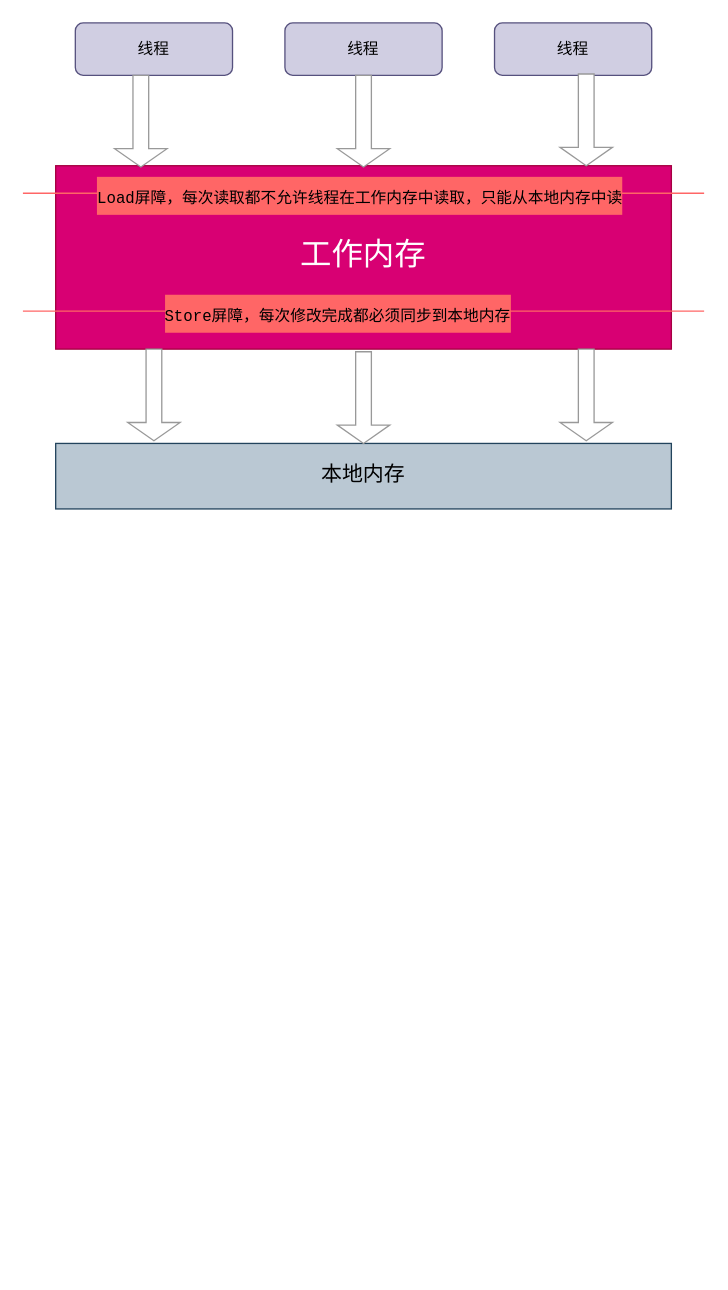
This is java/内存屏障.drawio from Labradors/draw, a draw.io file, before an edit. Source tidied: cells renumbered, new cells numbered last; positions are measured from the earlier drawing's top-left corner, leaving out a move shared by most shapes. Both pictures are drawn from the tidied source at 131%, with x=0, y=0 at pixel (22, 22).
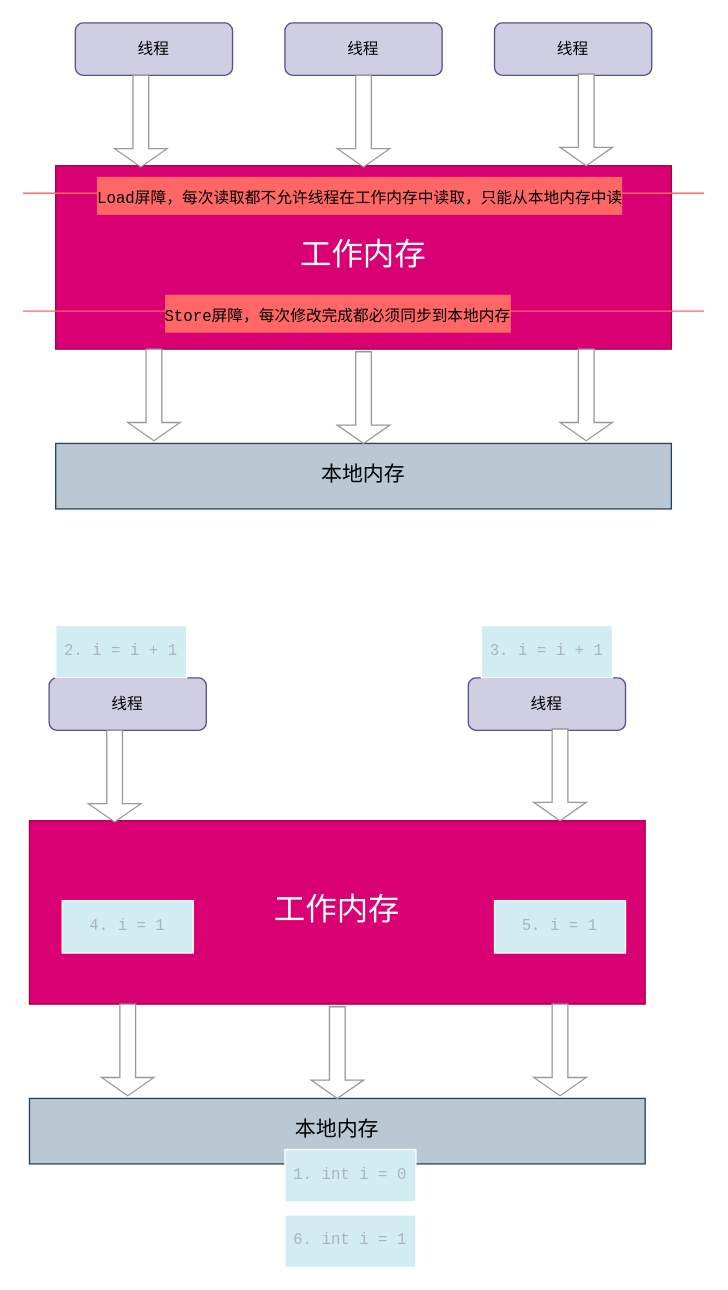
Above is the later version.

Commit message (it also covers changes not shown here):
更新内存屏障.drawio

The edit, as a diff of the source:
```diff
@@
+    <mxCell id="17" value="&lt;font face=&quot;Courier New&quot; style=&quot;font-size: 24px&quot;&gt;工作内存&lt;/font&gt;" style="rounded=0;whiteSpace=wrap;html=1;fillColor=#d80073;strokeColor=#A50040;fontColor=#ffffff;" parent="1" vertex="1">
+      <mxGeometry x="5" y="609" width="470" height="140" as="geometry" />
+    </mxCell>
+    <mxCell id="18" value="&lt;font face=&quot;Courier New&quot;&gt;线程&lt;/font&gt;" style="rounded=1;whiteSpace=wrap;html=1;fillColor=#d0cee2;strokeColor=#56517e;" parent="1" vertex="1">
+      <mxGeometry x="20" y="500" width="120" height="40" as="geometry" />
+    </mxCell>
+    <mxCell id="19" value="&lt;font face=&quot;Courier New&quot;&gt;线程&lt;/font&gt;" style="rounded=1;whiteSpace=wrap;html=1;fillColor=#d0cee2;strokeColor=#56517e;" parent="1" vertex="1">
+      <mxGeometry x="340" y="500" width="120" height="40" as="geometry" />
+    </mxCell>
+    <mxCell id="20" value="&lt;font face=&quot;Courier New&quot; size=&quot;3&quot;&gt;本地内存&lt;/font&gt;" style="rounded=0;whiteSpace=wrap;html=1;fillColor=#bac8d3;strokeColor=#23445d;" parent="1" vertex="1">
+      <mxGeometry x="5" y="821" width="470" height="50" as="geometry" />
+    </mxCell>
+    <mxCell id="21" style="shape=singleArrow;direction=south;whiteSpace=wrap;html=1;fontFamily=Courier New;fontSize=24;strokeColor=#999999;" parent="1" vertex="1">
+      <mxGeometry x="50" y="540" width="40" height="70" as="geometry" />
+    </mxCell>
+    <mxCell id="22" style="shape=singleArrow;direction=south;whiteSpace=wrap;html=1;fontFamily=Courier New;fontSize=24;strokeColor=#999999;" parent="1" vertex="1">
+      <mxGeometry x="390" y="539" width="40" height="70" as="geometry" />
+    </mxCell>
+    <mxCell id="23" style="shape=singleArrow;direction=south;whiteSpace=wrap;html=1;fontFamily=Courier New;fontSize=24;strokeColor=#999999;" parent="1" vertex="1">
+      <mxGeometry x="60" y="749" width="40" height="70" as="geometry" />
+    </mxCell>
+    <mxCell id="24" style="shape=singleArrow;direction=south;whiteSpace=wrap;html=1;fontFamily=Courier New;fontSize=24;strokeColor=#999999;" parent="1" vertex="1">
+      <mxGeometry x="220" y="751" width="40" height="70" as="geometry" />
+    </mxCell>
+    <mxCell id="25" style="shape=singleArrow;direction=south;whiteSpace=wrap;html=1;fontFamily=Courier New;fontSize=24;strokeColor=#999999;" parent="1" vertex="1">
+      <mxGeometry x="390" y="749" width="40" height="70" as="geometry" />
+    </mxCell>
+    <mxCell id="26" value="&lt;font color=&quot;#abb2bf&quot;&gt;1. int i = 0&lt;/font&gt;" style="rounded=0;whiteSpace=wrap;html=1;labelBackgroundColor=#D1EDF1;fontFamily=Courier New;fontSize=12;fontColor=#FFFFFF;strokeColor=#FFFFFF;fillColor=#D1EDF1;" parent="1" vertex="1">
+      <mxGeometry x="200" y="860" width="100" height="40" as="geometry" />
+    </mxCell>
+    <mxCell id="27" value="&lt;font color=&quot;#abb2bf&quot;&gt;2. i = i + 1&lt;/font&gt;" style="rounded=0;whiteSpace=wrap;html=1;labelBackgroundColor=#D1EDF1;fontFamily=Courier New;fontSize=12;fontColor=#FFFFFF;strokeColor=#FFFFFF;fillColor=#D1EDF1;" parent="1" vertex="1">
+      <mxGeometry x="25" y="460" width="100" height="40" as="geometry" />
+    </mxCell>
+    <mxCell id="28" value="&lt;font color=&quot;#abb2bf&quot;&gt;3. i = i + 1&lt;/font&gt;" style="rounded=0;whiteSpace=wrap;html=1;labelBackgroundColor=#D1EDF1;fontFamily=Courier New;fontSize=12;fontColor=#FFFFFF;strokeColor=#FFFFFF;fillColor=#D1EDF1;" parent="1" vertex="1">
+      <mxGeometry x="350" y="460" width="100" height="40" as="geometry" />
+    </mxCell>
+    <mxCell id="29" value="&lt;font color=&quot;#abb2bf&quot;&gt;4. i = 1&lt;/font&gt;" style="rounded=0;whiteSpace=wrap;html=1;labelBackgroundColor=#D1EDF1;fontFamily=Courier New;fontSize=12;fontColor=#FFFFFF;strokeColor=#FFFFFF;fillColor=#D1EDF1;" parent="1" vertex="1">
+      <mxGeometry x="30" y="670" width="100" height="40" as="geometry" />
+    </mxCell>
+    <mxCell id="30" value="&lt;font color=&quot;#abb2bf&quot;&gt;5. i = 1&lt;/font&gt;" style="rounded=0;whiteSpace=wrap;html=1;labelBackgroundColor=#D1EDF1;fontFamily=Courier New;fontSize=12;fontColor=#FFFFFF;strokeColor=#FFFFFF;fillColor=#D1EDF1;" parent="1" vertex="1">
+      <mxGeometry x="360" y="670" width="100" height="40" as="geometry" />
+    </mxCell>
+    <mxCell id="31" value="&lt;font color=&quot;#abb2bf&quot;&gt;6. int i = 1&lt;/font&gt;" style="rounded=0;whiteSpace=wrap;html=1;labelBackgroundColor=#D1EDF1;fontFamily=Courier New;fontSize=12;fontColor=#FFFFFF;strokeColor=#FFFFFF;fillColor=#D1EDF1;" parent="1" vertex="1">
+      <mxGeometry x="200" y="910" width="100" height="40" as="geometry" />
+    </mxCell>
```
